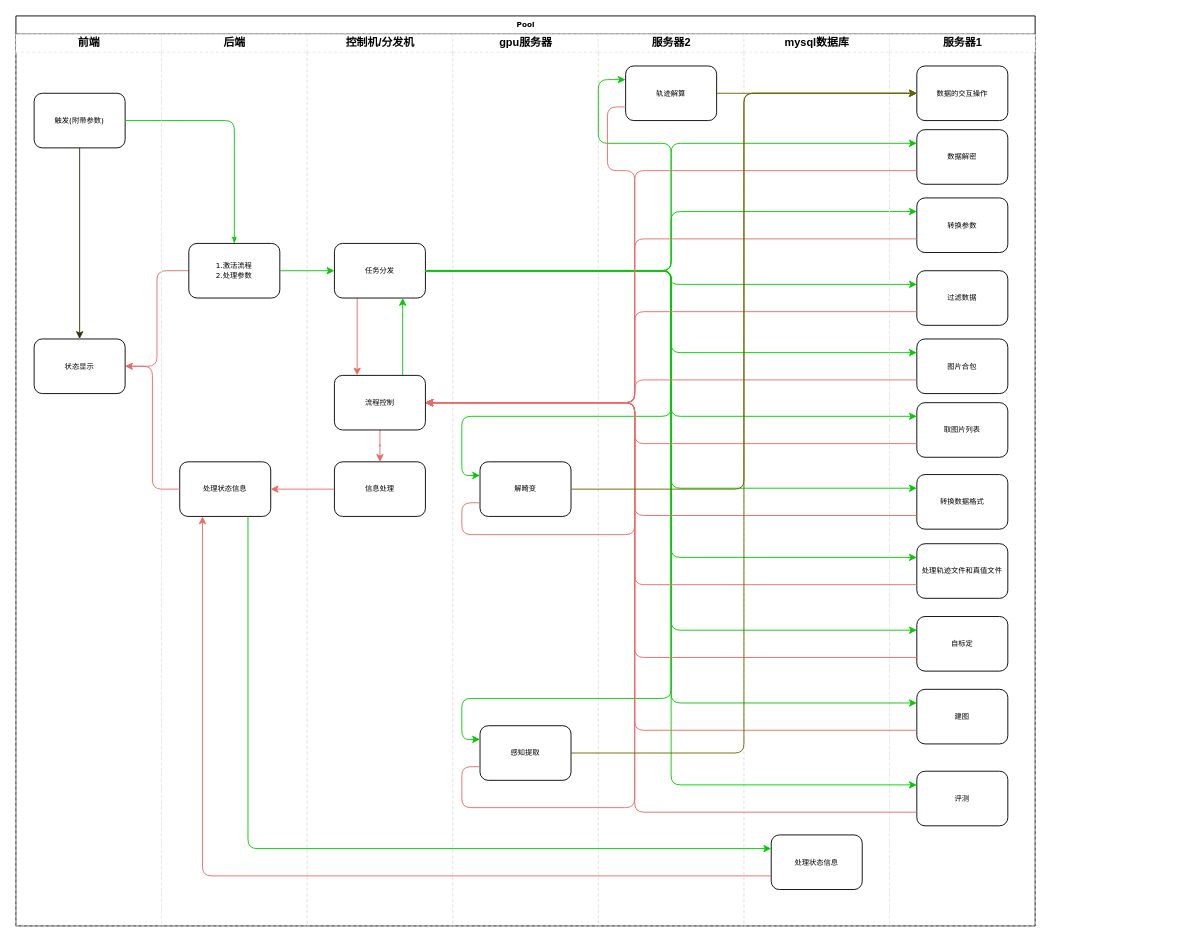
liuzhiguang/draw_io keeps this draw.io diagram as page "第 2 页" (2 of 2) of 未命名表单.drawio. Above is the earlier version. Source tidied: cells renumbered, new cells numbered last; positions are measured from the earlier drawing's top-left corner, leaving out a move shared by most shapes. Both pictures are drawn from the tidied source at 91%, with x=0, y=0 at pixel (15, 15).
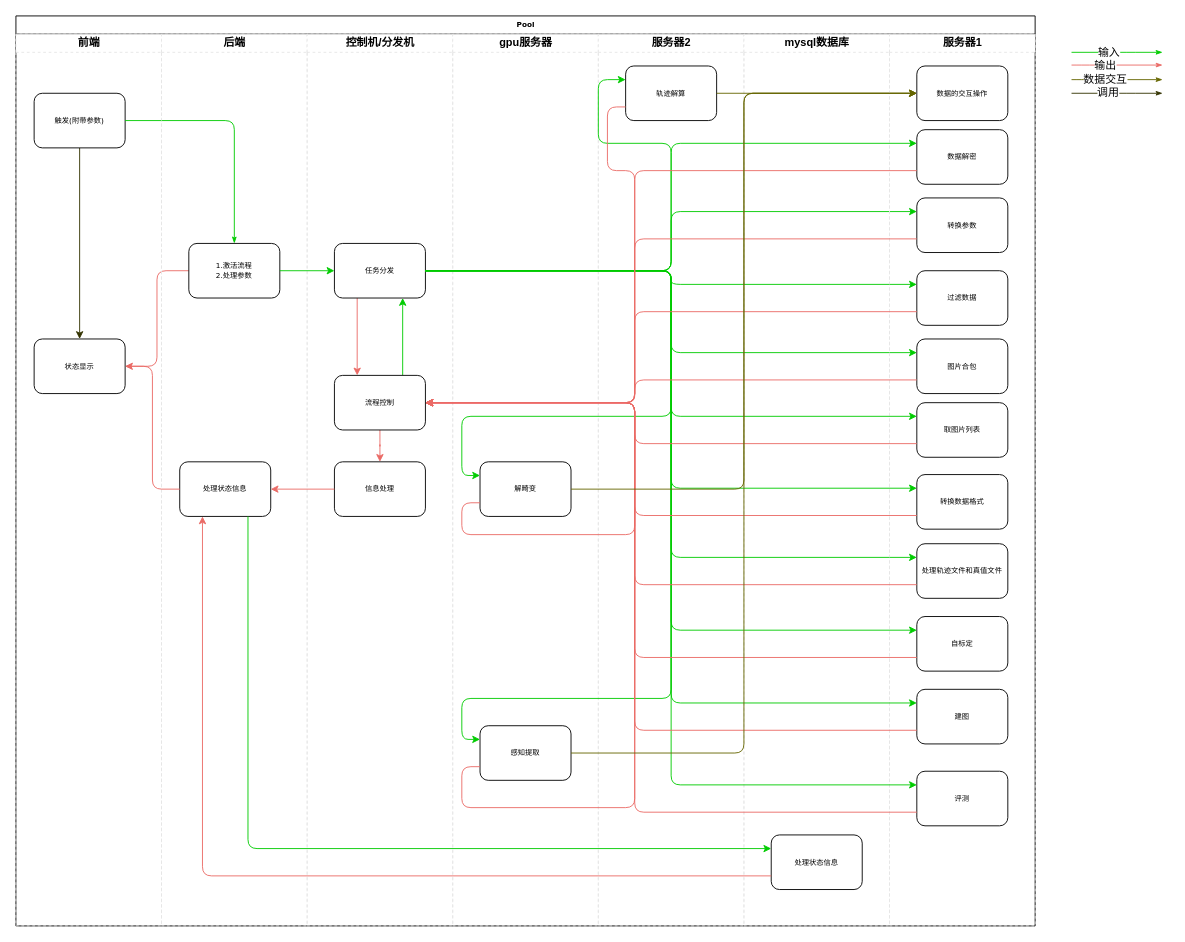
The same page after the edit.

Change to the diagram source:
```diff
@@
+    <mxCell id="72" style="edgeStyle=orthogonalEdgeStyle;rounded=1;html=1;labelBackgroundColor=none;startArrow=none;startFill=0;startSize=5;endArrow=classicThin;endFill=1;endSize=5;jettySize=auto;orthogonalLoop=1;strokeColor=#00CC00;strokeWidth=1;fontFamily=Verdana;fontSize=8;fontColor=#000000;" parent="1" edge="1">
+      <mxGeometry relative="1" as="geometry">
+        <mxPoint x="1160" y="40" as="sourcePoint" />
+        <mxPoint x="1260" y="40" as="targetPoint" />
+        <Array as="points">
+          <mxPoint x="1220" y="40" />
+          <mxPoint x="1220" y="40" />
+        </Array>
+      </mxGeometry>
+    </mxCell>
+    <mxCell id="73" value="输入" style="text;html=1;align=center;verticalAlign=middle;labelBackgroundColor=#ffffff;" parent="72" vertex="1">
+      <mxGeometry x="-0.24" y="-1" relative="1" as="geometry">
+        <mxPoint x="2" y="-1" as="offset" />
+      </mxGeometry>
+    </mxCell>
+    <mxCell id="74" style="edgeStyle=orthogonalEdgeStyle;rounded=1;html=1;labelBackgroundColor=none;startArrow=none;startFill=0;startSize=5;endArrow=classicThin;endFill=1;endSize=5;jettySize=auto;orthogonalLoop=1;strokeColor=#EA6B66;strokeWidth=1;fontFamily=Verdana;fontSize=8;fontColor=#000000;" parent="1" edge="1">
+      <mxGeometry relative="1" as="geometry">
+        <mxPoint x="1160" y="54" as="sourcePoint" />
+        <mxPoint x="1260" y="54" as="targetPoint" />
+        <Array as="points">
+          <mxPoint x="1170" y="54" />
+          <mxPoint x="1170" y="54" />
+        </Array>
+      </mxGeometry>
+    </mxCell>
+    <mxCell id="75" value="输出" style="text;html=1;align=center;verticalAlign=middle;labelBackgroundColor=#ffffff;" parent="74" vertex="1">
+      <mxGeometry x="-0.28" relative="1" as="geometry" />
+    </mxCell>
+    <mxCell id="76" style="edgeStyle=orthogonalEdgeStyle;rounded=1;html=1;labelBackgroundColor=none;startArrow=none;startFill=0;startSize=5;endArrow=classicThin;endFill=1;endSize=5;jettySize=auto;orthogonalLoop=1;strokeColor=#666600;strokeWidth=1;fontFamily=Verdana;fontSize=8;fontColor=#000000;" parent="1" edge="1">
+      <mxGeometry relative="1" as="geometry">
+        <mxPoint x="1160" y="70" as="sourcePoint" />
+        <mxPoint x="1260" y="70" as="targetPoint" />
+        <Array as="points">
+          <mxPoint x="1170" y="70" />
+          <mxPoint x="1170" y="70" />
+        </Array>
+      </mxGeometry>
+    </mxCell>
+    <mxCell id="77" value="数据交互" style="text;html=1;align=center;verticalAlign=middle;labelBackgroundColor=#ffffff;" parent="76" vertex="1">
+      <mxGeometry x="-0.28" y="1" relative="1" as="geometry" />
+    </mxCell>
+    <mxCell id="78" style="edgeStyle=orthogonalEdgeStyle;rounded=1;html=1;labelBackgroundColor=none;startArrow=none;startFill=0;startSize=5;endArrow=classicThin;endFill=1;endSize=5;jettySize=auto;orthogonalLoop=1;strokeColor=#333300;strokeWidth=1;fontFamily=Verdana;fontSize=8;fontColor=#000000;" parent="1" edge="1">
+      <mxGeometry relative="1" as="geometry">
+        <mxPoint x="1160" y="85" as="sourcePoint" />
+        <mxPoint x="1260" y="85" as="targetPoint" />
+        <Array as="points">
+          <mxPoint x="1220" y="85" />
+          <mxPoint x="1220" y="85" />
+        </Array>
+      </mxGeometry>
+    </mxCell>
+    <mxCell id="79" value="调用" style="text;html=1;align=center;verticalAlign=middle;labelBackgroundColor=#ffffff;" parent="78" vertex="1">
+      <mxGeometry x="0.2" y="21" relative="1" as="geometry">
+        <mxPoint x="-21" y="20" as="offset" />
+      </mxGeometry>
+    </mxCell>
```
